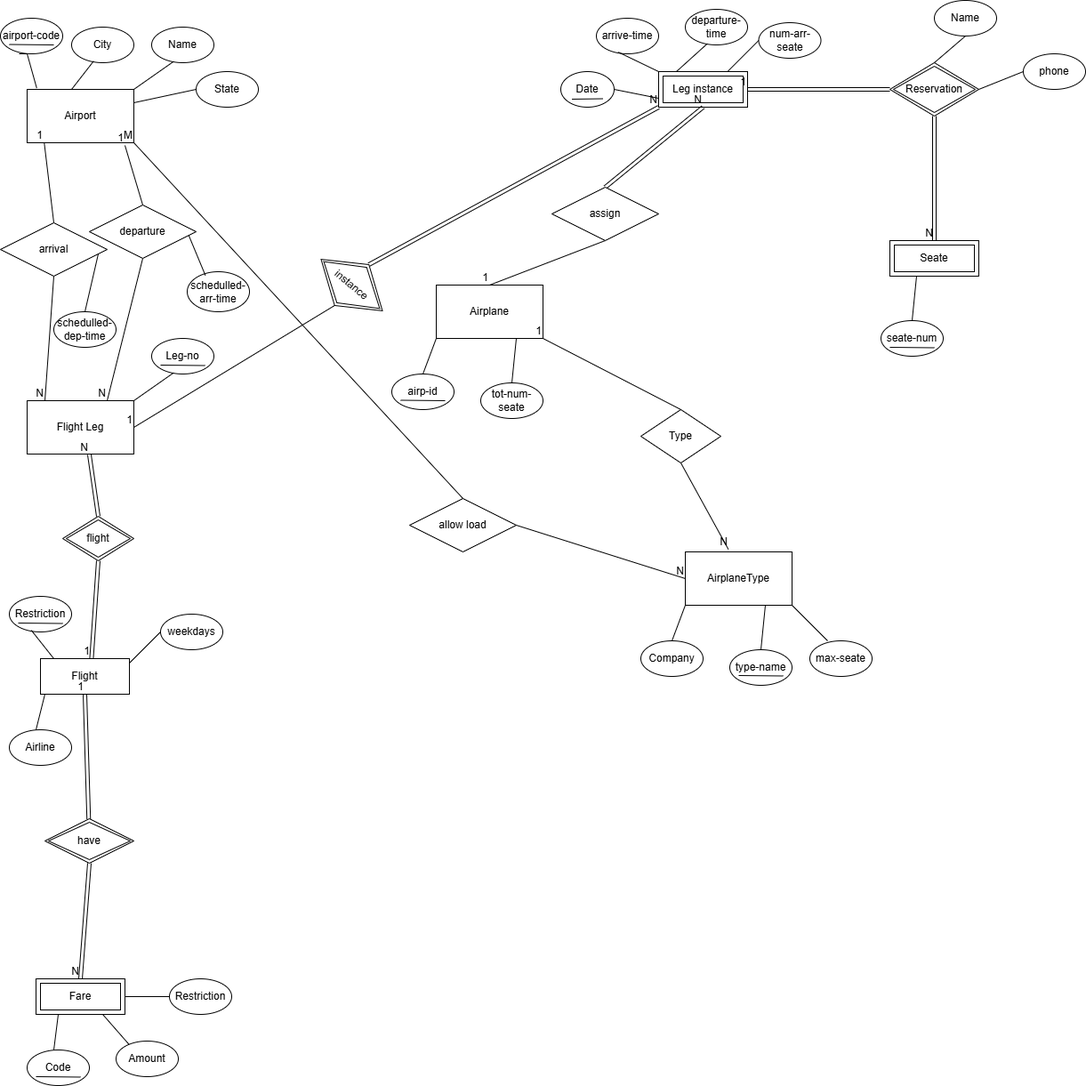
faljabri09-blip/Database-Course-documentation keeps this draw.io diagram as day3/Airline E-R.png. Above is the earlier version. Source tidied: cells renumbered, new cells last; positions are measured from the earlier drawing's top-left corner, leaving out a move shared by most shapes.
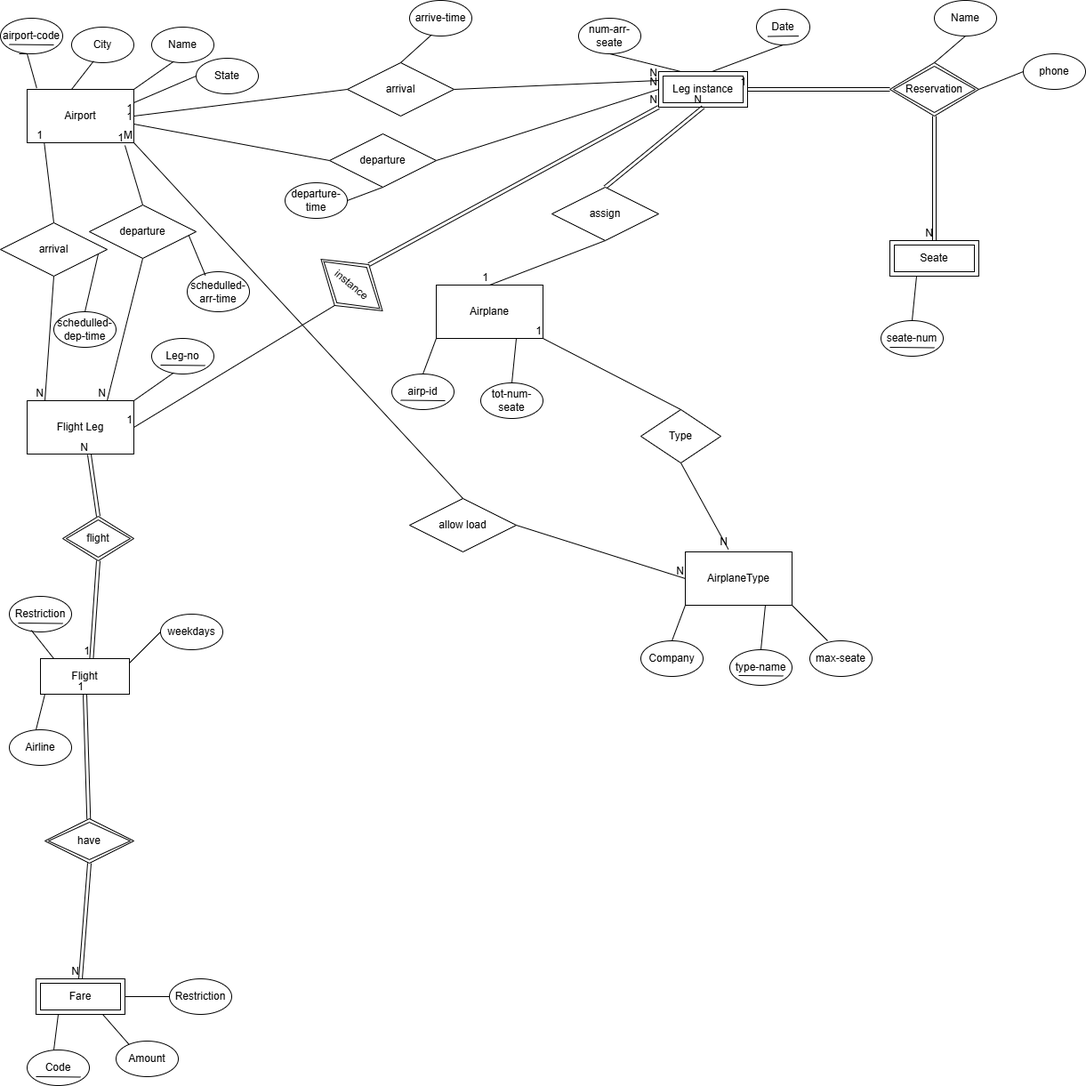
Later version of the same file.

Commit message:
Modified file in folder day2

Change to the diagram source:
```diff
@@ -34,7 +34,7 @@
       <mxGeometry relative="1" as="geometry" />
     </mxCell>
     <mxCell id="10" value="State" style="ellipse;whiteSpace=wrap;html=1;" parent="1" vertex="1">
-      <mxGeometry x="220" y="80" width="70" height="40" as="geometry" />
+      <mxGeometry x="220" y="65" width="70" height="40" as="geometry" />
     </mxCell>
     <mxCell id="11" style="endArrow=none;html=1;rounded=0;exitX=1;exitY=0.25;exitDx=0;exitDy=0;entryX=0;entryY=0.5;entryDx=0;entryDy=0;" parent="1" edge="1" source="3" target="10">
       <mxGeometry relative="1" as="geometry" />
@@ -139,27 +139,11 @@
         <mxPoint x="930" y="720" as="targetPoint" />
       </mxGeometry>
     </mxCell>
-    <mxCell id="39" value="arrive-time" style="ellipse;whiteSpace=wrap;html=1;" parent="1" vertex="1">
-      <mxGeometry x="670" y="20" width="70" height="40" as="geometry" />
-    </mxCell>
-    <mxCell id="40" style="endArrow=none;html=1;rounded=0;entryX=0.354;entryY=0.955;entryDx=0;entryDy=0;entryPerimeter=0;exitX=0;exitY=0;exitDx=0;exitDy=0;" parent="1" edge="1" source="28" target="39">
-      <mxGeometry relative="1" as="geometry" />
-    </mxCell>
-    <mxCell id="41" value="departure-time" style="ellipse;whiteSpace=wrap;html=1;" parent="1" vertex="1">
-      <mxGeometry x="770" y="10" width="70" height="40" as="geometry" />
-    </mxCell>
-    <mxCell id="42" style="endArrow=none;html=1;rounded=0;entryX=0.354;entryY=0.965;entryDx=0;entryDy=0;entryPerimeter=0;exitX=1;exitY=0;exitDx=0;exitDy=0;" parent="1" edge="1" target="41">
-      <mxGeometry relative="1" as="geometry">
-        <mxPoint x="760" y="80" as="sourcePoint" />
-      </mxGeometry>
-    </mxCell>
     <mxCell id="43" value="num-arr-seate" style="ellipse;whiteSpace=wrap;html=1;" parent="1" vertex="1">
-      <mxGeometry x="852.5" y="25" width="70" height="40" as="geometry" />
+      <mxGeometry x="650" y="20" width="70" height="40" as="geometry" />
     </mxCell>
-    <mxCell id="44" style="endArrow=none;html=1;rounded=0;exitX=1;exitY=0.25;exitDx=0;exitDy=0;entryX=0;entryY=0.5;entryDx=0;entryDy=0;" parent="1" edge="1" target="43">
-      <mxGeometry relative="1" as="geometry">
-        <mxPoint x="817.5" y="80" as="sourcePoint" />
-      </mxGeometry>
+    <mxCell id="44" style="endArrow=none;html=1;rounded=0;exitX=0.25;exitY=0;exitDx=0;exitDy=0;entryX=0.5;entryY=1;entryDx=0;entryDy=0;" parent="1" edge="1" source="28" target="43">
+      <mxGeometry relative="1" as="geometry" />
     </mxCell>
     <mxCell id="45" value="sea&lt;span style=&quot;color: rgba(0, 0, 0, 0); font-family: monospace; font-size: 0px; text-align: start; text-wrap-mode: nowrap;&quot;&gt;%3CmxGraphModel%3E%3Croot%3E%3CmxCell%20id%3D%220%22%2F%3E%3CmxCell%20id%3D%221%22%20parent%3D%220%22%2F%3E%3CmxCell%20id%3D%222%22%20edge%3D%221%22%20parent%3D%221%22%20style%3D%22endArrow%3Dnone%3Bhtml%3D1%3Brounded%3D0%3B%22%20value%3D%22%22%3E%3CmxGeometry%20height%3D%2250%22%20relative%3D%221%22%20width%3D%2250%22%20as%3D%22geometry%22%3E%3CmxPoint%20x%3D%22190%22%20y%3D%22270%22%20as%3D%22sourcePoint%22%2F%3E%3CmxPoint%20x%3D%22240%22%20y%3D%22270.5%22%20as%3D%22targetPoint%22%2F%3E%3C%2FmxGeometry%3E%3C%2FmxCell%3E%3C%2Froot%3E%3C%2FmxGraphModel%3E&lt;/span&gt;&lt;span style=&quot;color: rgba(0, 0, 0, 0); font-family: monospace; font-size: 0px; text-align: start; text-wrap-mode: nowrap;&quot;&gt;%3CmxGraphModel%3E%3Croot%3E%3CmxCell%20id%3D%220%22%2F%3E%3CmxCell%20id%3D%221%22%20parent%3D%220%22%2F%3E%3CmxCell%20id%3D%222%22%20edge%3D%221%22%20parent%3D%221%22%20style%3D%22endArrow%3Dnone%3Bhtml%3D1%3Brounded%3D0%3B%22%20value%3D%22%22%3E%3CmxGeometry%20height%3D%2250%22%20relative%3D%221%22%20width%3D%2250%22%20as%3D%22geometry%22%3E%3CmxPoint%20x%3D%22190%22%20y%3D%22270%22%20as%3D%22sourcePoint%22%2F%3E%3CmxPoint%20x%3D%22240%22%20y%3D%22270.5%22%20as%3D%22targetPoint%22%2F%3E%3C%2FmxGeometry%3E%3C%2FmxCell%3E%3C%2Froot%3E%3C%2FmxGraphModel%3E&lt;/span&gt;te-num" style="ellipse;whiteSpace=wrap;html=1;" parent="1" vertex="1">
       <mxGeometry x="990" y="360" width="70" height="40" as="geometry" />
@@ -170,13 +154,10 @@
       </mxGeometry>
     </mxCell>
     <mxCell id="47" value="Date" style="ellipse;whiteSpace=wrap;html=1;" parent="1" vertex="1">
-      <mxGeometry x="630" y="80" width="60" height="40" as="geometry" />
+      <mxGeometry x="850" y="10" width="60" height="40" as="geometry" />
     </mxCell>
-    <mxCell id="48" style="endArrow=none;html=1;rounded=0;exitX=0;exitY=0;exitDx=0;exitDy=0;" parent="1" edge="1">
-      <mxGeometry relative="1" as="geometry">
-        <mxPoint x="740" y="110" as="sourcePoint" />
-        <mxPoint x="690" y="100" as="targetPoint" />
-      </mxGeometry>
+    <mxCell id="48" style="endArrow=none;html=1;rounded=0;exitX=0.6;exitY=0;exitDx=0;exitDy=0;exitPerimeter=0;entryX=0.5;entryY=1;entryDx=0;entryDy=0;" parent="1" edge="1" source="28" target="47">
+      <mxGeometry relative="1" as="geometry" />
     </mxCell>
     <mxCell id="49" style="endArrow=none;html=1;rounded=0;" parent="1" edge="1">
       <mxGeometry relative="1" as="geometry">
@@ -216,8 +197,8 @@
     </mxCell>
     <mxCell id="55" style="endArrow=none;html=1;rounded=0;" parent="1" edge="1">
       <mxGeometry relative="1" as="geometry">
-        <mxPoint x="642.5" y="111" as="sourcePoint" />
-        <mxPoint x="677.5" y="110.5" as="targetPoint" />
+        <mxPoint x="862.5" y="40.5" as="sourcePoint" />
+        <mxPoint x="897.5" y="40" as="targetPoint" />
       </mxGeometry>
     </mxCell>
     <mxCell id="56" style="endArrow=none;html=1;rounded=0;" parent="1" edge="1">
@@ -416,5 +397,51 @@
     <mxCell id="112" value="M" style="html=1;whiteSpace=wrap;align=right;verticalAlign=bottom;" parent="111" vertex="1">
       <mxGeometry x="1" relative="1" as="geometry" />
     </mxCell>
+    <mxCell id="113" style="endArrow=none;html=1;rounded=0;entryX=1;entryY=0.5;entryDx=0;entryDy=0;exitX=0;exitY=0.5;exitDx=0;exitDy=0;" parent="1" edge="1" source="117" target="3">
+      <mxGeometry relative="1" as="geometry" />
+    </mxCell>
+    <mxCell id="114" value="1" style="html=1;whiteSpace=wrap;align=right;verticalAlign=bottom;" parent="113" vertex="1">
+      <mxGeometry x="1" relative="1" as="geometry" />
+    </mxCell>
+    <mxCell id="115" style="endArrow=none;html=1;rounded=0;entryX=0;entryY=0.25;entryDx=0;entryDy=0;exitX=1;exitY=0.5;exitDx=0;exitDy=0;" parent="1" edge="1" source="117" target="28">
+      <mxGeometry relative="1" as="geometry" />
+    </mxCell>
+    <mxCell id="116" value="N" style="html=1;whiteSpace=wrap;align=right;verticalAlign=bottom;" parent="115" vertex="1">
+      <mxGeometry x="1" relative="1" as="geometry" />
+    </mxCell>
+    <mxCell id="117" value="arrival" style="shape=rhombus;perimeter=rhombusPerimeter;whiteSpace=wrap;html=1;align=center;" parent="1" vertex="1">
+      <mxGeometry x="390" y="70" width="120" height="60" as="geometry" />
+    </mxCell>
+    <mxCell id="118" style="endArrow=none;html=1;rounded=0;exitX=0;exitY=0.5;exitDx=0;exitDy=0;entryX=1;entryY=0.75;entryDx=0;entryDy=0;" parent="1" edge="1" source="122">
+      <mxGeometry relative="1" as="geometry">
+        <mxPoint x="150" y="139" as="targetPoint" />
+      </mxGeometry>
+    </mxCell>
+    <mxCell id="119" value="1" style="html=1;whiteSpace=wrap;align=right;verticalAlign=bottom;" parent="118" vertex="1">
+      <mxGeometry x="1" relative="1" as="geometry" />
+    </mxCell>
+    <mxCell id="120" style="endArrow=none;html=1;rounded=0;entryX=0;entryY=0.5;entryDx=0;entryDy=0;exitX=1;exitY=0.5;exitDx=0;exitDy=0;" parent="1" edge="1" source="122" target="28">
+      <mxGeometry relative="1" as="geometry" />
+    </mxCell>
+    <mxCell id="121" value="N" style="html=1;whiteSpace=wrap;align=right;verticalAlign=bottom;" parent="120" vertex="1">
+      <mxGeometry x="1" relative="1" as="geometry" />
+    </mxCell>
+    <mxCell id="122" value="departure" style="shape=rhombus;perimeter=rhombusPerimeter;whiteSpace=wrap;html=1;align=center;" parent="1" vertex="1">
+      <mxGeometry x="370" y="150" width="120" height="60" as="geometry" />
+    </mxCell>
+    <mxCell id="39" value="arrive-time" style="ellipse;whiteSpace=wrap;html=1;" parent="1" vertex="1">
+      <mxGeometry x="460" width="70" height="40" as="geometry" />
+    </mxCell>
+    <mxCell id="123" style="endArrow=none;html=1;rounded=0;entryX=0.354;entryY=0.965;entryDx=0;entryDy=0;entryPerimeter=0;exitX=1;exitY=0;exitDx=0;exitDy=0;" parent="1" edge="1" target="39">
+      <mxGeometry relative="1" as="geometry">
+        <mxPoint x="450" y="70" as="sourcePoint" />
+      </mxGeometry>
+    </mxCell>
+    <mxCell id="41" value="departure-time" style="ellipse;whiteSpace=wrap;html=1;" parent="1" vertex="1">
+      <mxGeometry x="320" y="205" width="70" height="40" as="geometry" />
+    </mxCell>
+    <mxCell id="124" style="endArrow=none;html=1;rounded=0;entryX=1;entryY=0.5;entryDx=0;entryDy=0;exitX=0.5;exitY=1;exitDx=0;exitDy=0;" parent="1" edge="1" source="122" target="41">
+      <mxGeometry relative="1" as="geometry" />
+    </mxCell>
   </root>
 </mxGraphModel>
```
